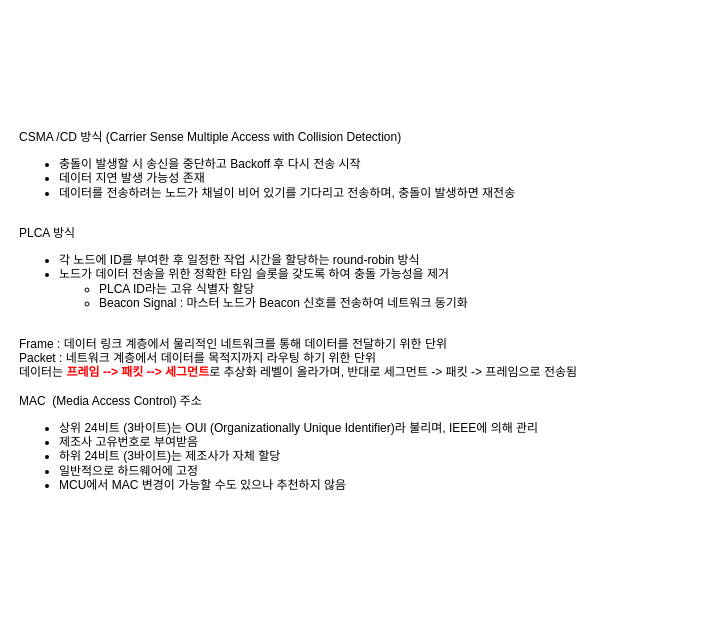
Before: page "용어" (1 of 4) of 04. DOC/10BASE-T1S.drawio in Jinhwan-Jung/emb, a draw.io diagram. Source tidied: cells renumbered, new cells numbered last; positions are measured from the earlier drawing's top-left corner, leaving out a move shared by most shapes. Both pictures are drawn from the tidied source at 100%, with x=0, y=0 at pixel (17, 17).
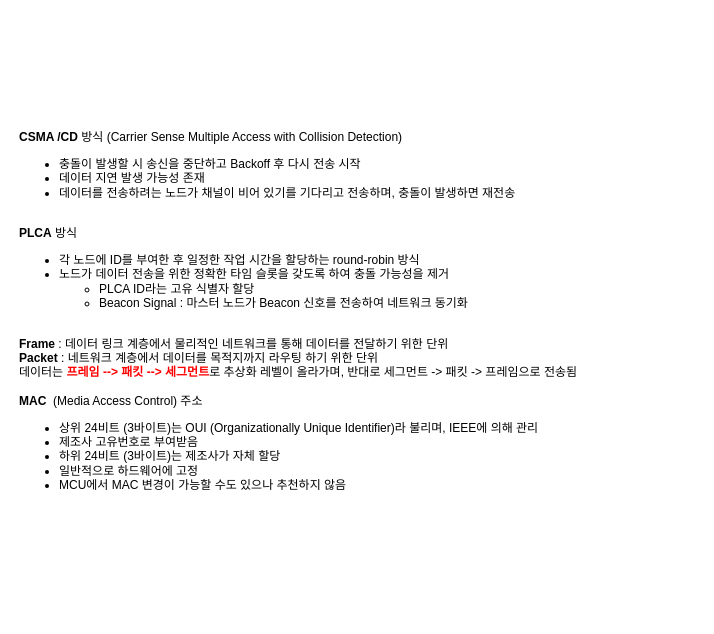
After the change.

Diff of the diagram source:
```diff
@@
 <mxGraphModel>
   <root>
     <mxCell id="0" />
     <mxCell id="1" parent="0" />
-    <mxCell id="2" value="CSMA /CD 방식 (Carrier Sense Multiple Access with Collision Detection)&lt;br&gt;&lt;ul&gt;&lt;li&gt;충돌이 발생할 시 송신을 중단하고 Backoff 후 다시 전송 시작&lt;/li&gt;&lt;li&gt;데이터 지연 발생 가능성 존재&lt;/li&gt;&lt;li&gt;데이터를 전송하려는 노드가 채널이 비어 있기를 기다리고 전송하며, 충돌이 발생하면 재전송&lt;/li&gt;&lt;/ul&gt;&lt;br&gt;PLCA 방식&lt;br&gt;&lt;ul&gt;&lt;li&gt;각 노드에 ID를 부여한 후 일정한 작업 시간을 할당하는 round-robin 방식&lt;/li&gt;&lt;li&gt;노드가 데이터 전송을 위한 정확한 타임 슬롯을 갖도록 하여 충돌 가능성을 제거&lt;/li&gt;&lt;ul&gt;&lt;li&gt;PLCA ID라는 고유 식별자 할당&lt;/li&gt;&lt;li&gt;Beacon Signal : 마스터 노드가 Beacon 신호를 전송하여 네트워크 동기화&lt;/li&gt;&lt;/ul&gt;&lt;/ul&gt;&lt;br&gt;Frame : 데이터 링크 계층에서 물리적인 네트워크를 통해 데이터를 전달하기 위한 단위&lt;br&gt;Packet : 네트워크 계층에서 데이터를 목적지까지 라우팅 하기 위한 단위&lt;br&gt;데이터는 &lt;b&gt;&lt;font color=&quot;#ff0000&quot;&gt;프레임 --&amp;gt; 패킷 --&amp;gt; 세그먼트&lt;/font&gt;&lt;/b&gt;로 추상화 레벨이 올라가며, 반대로 세그먼트 -&amp;gt; 패킷 -&amp;gt; 프레임으로 전송됨&lt;br&gt;&lt;br&gt;MAC&amp;nbsp; (Media Access Control) 주소&lt;br&gt;&lt;ul&gt;&lt;li&gt;상위 24비트 (3바이트)는 OUI (Organizationally Unique Identifier)라 불리며, IEEE에 의해 관리&lt;/li&gt;&lt;li&gt;제조사 고유번호로 부여받음&lt;/li&gt;&lt;li&gt;하위 24비트 (3바이트)는 제조사가 자체 할당&lt;/li&gt;&lt;li&gt;일반적으로 하드웨어에 고정&lt;/li&gt;&lt;li&gt;MCU에서 MAC 변경이 가능할 수도 있으나 추천하지 않음&lt;/li&gt;&lt;/ul&gt;" style="text;html=1;strokeColor=none;fillColor=none;align=left;verticalAlign=middle;whiteSpace=wrap;rounded=0;" parent="1" vertex="1">
+    <mxCell id="2" value="&lt;b&gt;CSMA /CD&lt;/b&gt; 방식 (Carrier Sense Multiple Access with Collision Detection)&lt;br&gt;&lt;ul&gt;&lt;li&gt;충돌이 발생할 시 송신을 중단하고 Backoff 후 다시 전송 시작&lt;/li&gt;&lt;li&gt;데이터 지연 발생 가능성 존재&lt;/li&gt;&lt;li&gt;데이터를 전송하려는 노드가 채널이 비어 있기를 기다리고 전송하며, 충돌이 발생하면 재전송&lt;/li&gt;&lt;/ul&gt;&lt;br&gt;&lt;b&gt;PLCA&lt;/b&gt; 방식&lt;br&gt;&lt;ul&gt;&lt;li&gt;각 노드에 ID를 부여한 후 일정한 작업 시간을 할당하는 round-robin 방식&lt;/li&gt;&lt;li&gt;노드가 데이터 전송을 위한 정확한 타임 슬롯을 갖도록 하여 충돌 가능성을 제거&lt;/li&gt;&lt;ul&gt;&lt;li&gt;PLCA ID라는 고유 식별자 할당&lt;/li&gt;&lt;li&gt;Beacon Signal : 마스터 노드가 Beacon 신호를 전송하여 네트워크 동기화&lt;/li&gt;&lt;/ul&gt;&lt;/ul&gt;&lt;br&gt;&lt;b&gt;Frame&lt;/b&gt; : 데이터 링크 계층에서 물리적인 네트워크를 통해 데이터를 전달하기 위한 단위&lt;br&gt;&lt;b&gt;Packet&lt;/b&gt; : 네트워크 계층에서 데이터를 목적지까지 라우팅 하기 위한 단위&lt;br&gt;데이터는 &lt;b&gt;&lt;font color=&quot;#ff0000&quot;&gt;프레임 --&amp;gt; 패킷 --&amp;gt; 세그먼트&lt;/font&gt;&lt;/b&gt;로 추상화 레벨이 올라가며, 반대로 세그먼트 -&amp;gt; 패킷 -&amp;gt; 프레임으로 전송됨&lt;br&gt;&lt;br&gt;&lt;b&gt;MAC&lt;/b&gt;&amp;nbsp; (Media Access Control) 주소&lt;br&gt;&lt;ul&gt;&lt;li&gt;상위 24비트 (3바이트)는 OUI (Organizationally Unique Identifier)라 불리며, IEEE에 의해 관리&lt;/li&gt;&lt;li&gt;제조사 고유번호로 부여받음&lt;/li&gt;&lt;li&gt;하위 24비트 (3바이트)는 제조사가 자체 할당&lt;/li&gt;&lt;li&gt;일반적으로 하드웨어에 고정&lt;/li&gt;&lt;li&gt;MCU에서 MAC 변경이 가능할 수도 있으나 추천하지 않음&lt;/li&gt;&lt;/ul&gt;" style="text;html=1;strokeColor=none;fillColor=none;align=left;verticalAlign=middle;whiteSpace=wrap;rounded=0;" parent="1" vertex="1">
       <mxGeometry width="680" height="600" as="geometry" />
     </mxCell>
   </root>
 </mxGraphModel>
```
